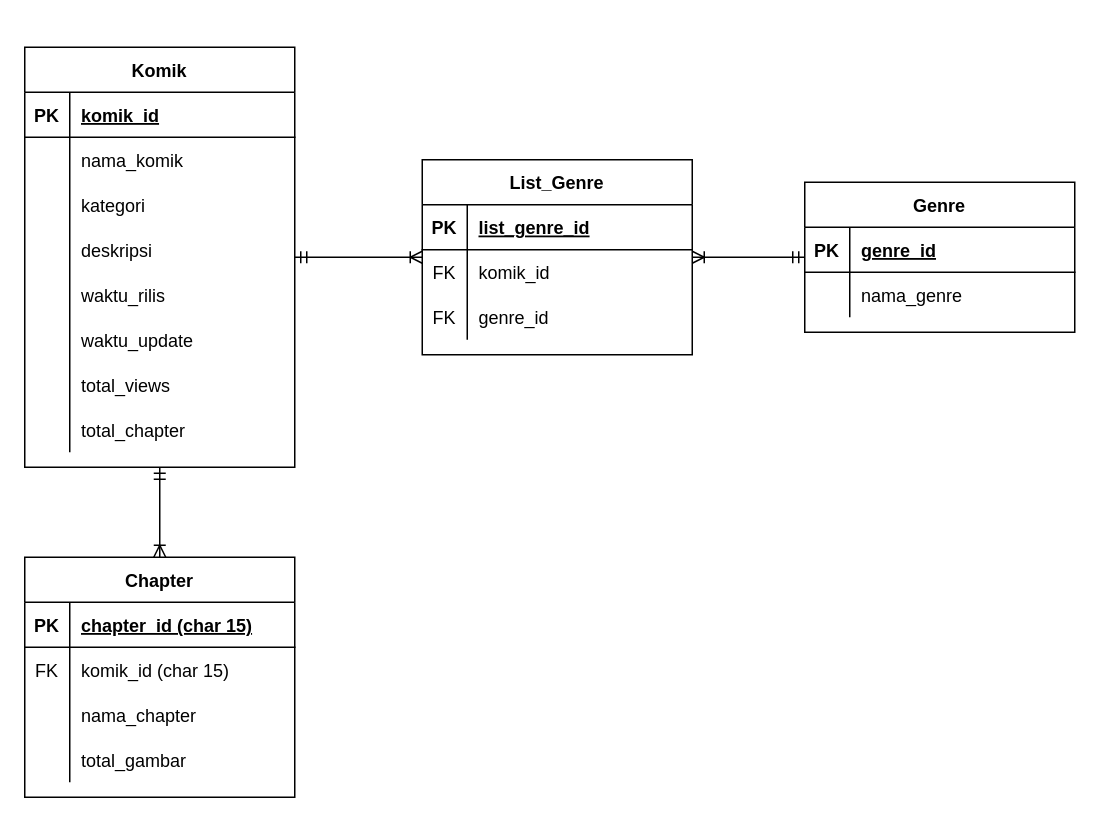
The draw.io diagram page "Database" (2 of 2) of etc/flow web.drawio in Aryanda04/web_komik, before the edit. Source tidied: cells renumbered, new cells numbered last; positions are measured from the earlier drawing's top-left corner, leaving out a move shared by most shapes. Both pictures are drawn from the tidied source at 150%, with x=0, y=0 at pixel (24, 46).
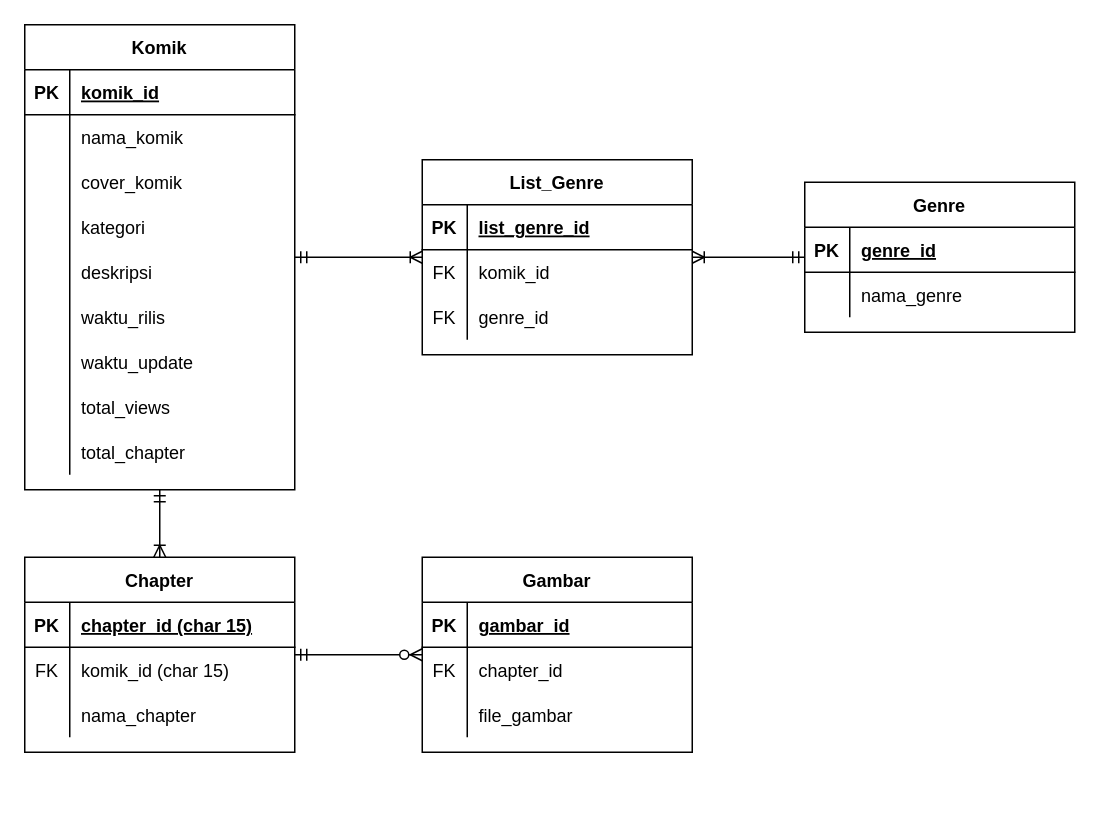
Above is the later version.

Change to the diagram source:
```diff
@@
     <mxCell id="2" value="Komik" style="shape=table;startSize=30;childLayout=tableLayout;rowLines=0;fontStyle=1;align=center;" parent="1" vertex="1">
-      <mxGeometry width="180" height="280" as="geometry" />
+      <mxGeometry y="-15" width="180" height="310" as="geometry" />
     </mxCell>
@@
+    <mxCell id="60" style="shape=partialRectangle;fillColor=none;top=0;left=0;bottom=0;right=0;" parent="2" vertex="1">
+      <mxGeometry y="90" width="180" height="30" as="geometry" />
+    </mxCell>
+    <mxCell id="61" style="shape=partialRectangle;fillColor=none;top=0;left=0;bottom=0;right=0;overflow=hidden;" parent="60" vertex="1">
+      <mxGeometry width="30" height="30" as="geometry" />
+    </mxCell>
+    <mxCell id="62" value="cover_komik" style="shape=partialRectangle;fillColor=none;top=0;left=0;bottom=0;right=0;align=left;spacingLeft=6;overflow=hidden;" parent="60" vertex="1">
+      <mxGeometry x="30" width="150" height="30" as="geometry" />
+    </mxCell>
     <mxCell id="9" style="shape=partialRectangle;fillColor=none;top=0;left=0;bottom=0;right=0;" parent="2" vertex="1">
-      <mxGeometry y="90" width="180" height="30" as="geometry" />
+      <mxGeometry y="120" width="180" height="30" as="geometry" />
     </mxCell>
@@
     <mxCell id="12" style="shape=partialRectangle;fillColor=none;top=0;left=0;bottom=0;right=0;" parent="2" vertex="1">
-      <mxGeometry y="120" width="180" height="30" as="geometry" />
+      <mxGeometry y="150" width="180" height="30" as="geometry" />
     </mxCell>
@@
     <mxCell id="15" style="shape=partialRectangle;fillColor=none;top=0;left=0;bottom=0;right=0;" parent="2" vertex="1">
-      <mxGeometry y="150" width="180" height="30" as="geometry" />
+      <mxGeometry y="180" width="180" height="30" as="geometry" />
     </mxCell>
@@
     <mxCell id="18" style="shape=partialRectangle;fillColor=none;top=0;left=0;bottom=0;right=0;" parent="2" vertex="1">
-      <mxGeometry y="180" width="180" height="30" as="geometry" />
+      <mxGeometry y="210" width="180" height="30" as="geometry" />
     </mxCell>
@@
     <mxCell id="21" style="shape=partialRectangle;fillColor=none;top=0;left=0;bottom=0;right=0;" parent="2" vertex="1">
-      <mxGeometry y="210" width="180" height="30" as="geometry" />
+      <mxGeometry y="240" width="180" height="30" as="geometry" />
     </mxCell>
@@
     <mxCell id="24" style="shape=partialRectangle;fillColor=none;top=0;left=0;bottom=0;right=0;" parent="2" vertex="1">
-      <mxGeometry y="240" width="180" height="30" as="geometry" />
+      <mxGeometry y="270" width="180" height="30" as="geometry" />
     </mxCell>
@@
     <mxCell id="46" value="Chapter" style="shape=table;startSize=30;childLayout=tableLayout;rowLines=0;fontStyle=1;align=center;" parent="1" vertex="1">
-      <mxGeometry y="340" width="180" height="160" as="geometry" />
+      <mxGeometry y="340" width="180" height="130" as="geometry" />
     </mxCell>
@@
-    <mxCell id="56" style="shape=partialRectangle;fillColor=none;top=0;left=0;bottom=0;right=0;" parent="46" vertex="1">
-      <mxGeometry y="120" width="180" height="30" as="geometry" />
-    </mxCell>
-    <mxCell id="57" style="shape=partialRectangle;fillColor=none;top=0;left=0;bottom=0;right=0;overflow=hidden;" parent="56" vertex="1">
-      <mxGeometry width="30" height="30" as="geometry" />
-    </mxCell>
-    <mxCell id="58" value="total_gambar" style="shape=partialRectangle;fillColor=none;top=0;left=0;bottom=0;right=0;align=left;spacingLeft=6;overflow=hidden;" parent="56" vertex="1">
-      <mxGeometry x="30" width="150" height="30" as="geometry" />
-    </mxCell>
@@
+    <mxCell id="63" value="Gambar" style="shape=table;startSize=30;childLayout=tableLayout;rowLines=0;fontStyle=1;align=center;" parent="1" vertex="1">
+      <mxGeometry x="265" y="340" width="180" height="130" as="geometry" />
+    </mxCell>
+    <mxCell id="64" style="shape=partialRectangle;fillColor=none;top=0;left=0;bottom=1;right=0;" parent="63" vertex="1">
+      <mxGeometry y="30" width="180" height="30" as="geometry" />
+    </mxCell>
+    <mxCell id="65" value="PK" style="shape=partialRectangle;fillColor=none;top=0;left=0;bottom=0;right=0;fontStyle=1;overflow=hidden;" parent="64" vertex="1">
+      <mxGeometry width="30" height="30" as="geometry" />
+    </mxCell>
+    <mxCell id="66" value="gambar_id" style="shape=partialRectangle;fillColor=none;top=0;left=0;bottom=0;right=0;align=left;spacingLeft=6;fontStyle=5;overflow=hidden;" parent="64" vertex="1">
+      <mxGeometry x="30" width="150" height="30" as="geometry" />
+    </mxCell>
+    <mxCell id="67" style="shape=partialRectangle;fillColor=none;top=0;left=0;bottom=0;right=0;" parent="63" vertex="1">
+      <mxGeometry y="60" width="180" height="30" as="geometry" />
+    </mxCell>
+    <mxCell id="68" value="FK" style="shape=partialRectangle;fillColor=none;top=0;left=0;bottom=0;right=0;overflow=hidden;" parent="67" vertex="1">
+      <mxGeometry width="30" height="30" as="geometry" />
+    </mxCell>
+    <mxCell id="69" value="chapter_id" style="shape=partialRectangle;fillColor=none;top=0;left=0;bottom=0;right=0;align=left;spacingLeft=6;overflow=hidden;" parent="67" vertex="1">
+      <mxGeometry x="30" width="150" height="30" as="geometry" />
+    </mxCell>
+    <mxCell id="70" style="shape=partialRectangle;fillColor=none;top=0;left=0;bottom=0;right=0;" parent="63" vertex="1">
+      <mxGeometry y="90" width="180" height="30" as="geometry" />
+    </mxCell>
+    <mxCell id="71" style="shape=partialRectangle;fillColor=none;top=0;left=0;bottom=0;right=0;overflow=hidden;" parent="70" vertex="1">
+      <mxGeometry width="30" height="30" as="geometry" />
+    </mxCell>
+    <mxCell id="72" value="file_gambar" style="shape=partialRectangle;fillColor=none;top=0;left=0;bottom=0;right=0;align=left;spacingLeft=6;overflow=hidden;" parent="70" vertex="1">
+      <mxGeometry x="30" width="150" height="30" as="geometry" />
+    </mxCell>
+    <mxCell id="73" style="edgeStyle=entityRelationEdgeStyle;fontSize=12;html=1;endArrow=ERzeroToMany;startArrow=ERmandOne;rounded=0;" parent="1" edge="1" source="46" target="63">
+      <mxGeometry relative="1" as="geometry" />
+    </mxCell>
```
